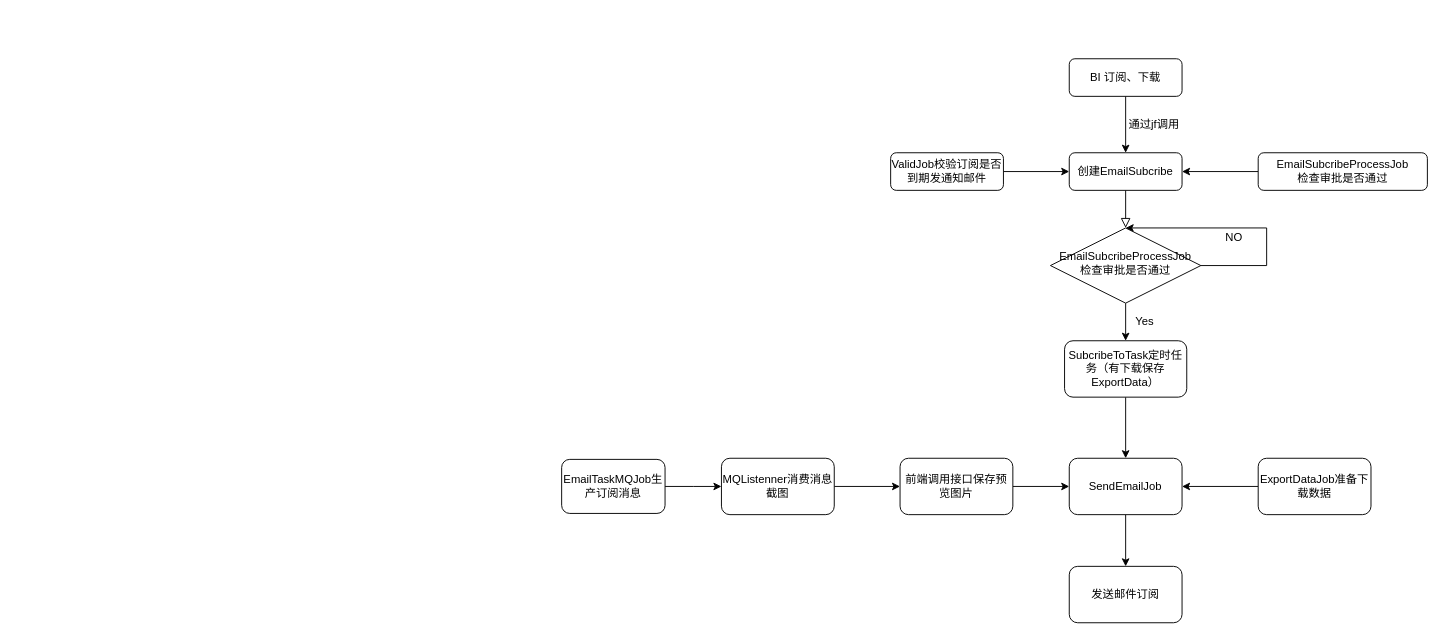
This is com/cd/Untitled Diagram.drawio from xuedongfeng/oneTest, a draw.io file, before an edit. Source tidied: cells renumbered, new cells numbered last; positions are measured from the earlier drawing's top-left corner, leaving out a move shared by most shapes. Both pictures are drawn from the tidied source at 94%, with x=0, y=0 at pixel (561, 58).
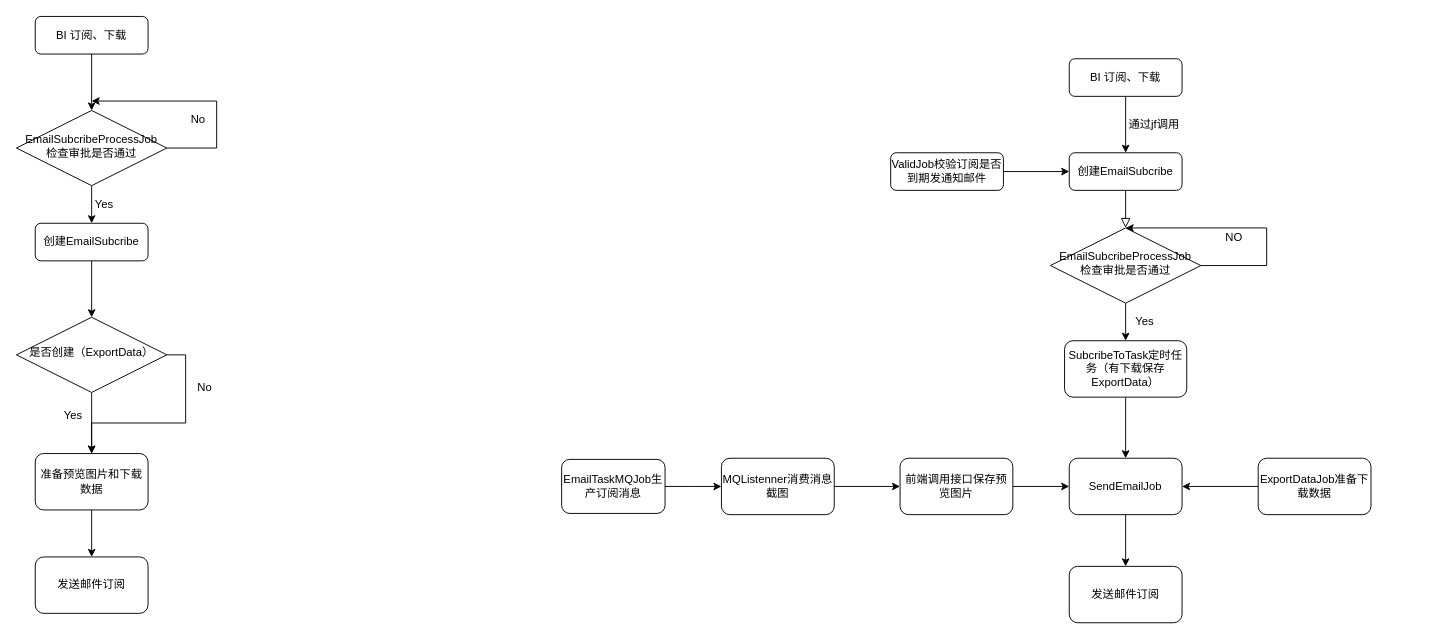
The same diagram, later.

Unchanged cells that the change refers to:
```xml
<mxCell id="3" value="创建EmailSubcribe" style="rounded=1;whiteSpace=wrap;html=1;fontSize=12;glass=0;strokeWidth=1;shadow=0;" parent="1" vertex="1">
  <mxGeometry x="540" y="100" width="120" height="40" as="geometry" />
</mxCell>
```

The edit, as a diff of the source:
```diff
@@
-    <mxCell id="11" style="edgeStyle=orthogonalEdgeStyle;rounded=0;jettySize=auto;html=1;entryX=1;entryY=0.5;entryDx=0;entryDy=0;" parent="1" edge="1" source="12" target="3">
-      <mxGeometry relative="1" as="geometry" />
-    </mxCell>
-    <mxCell id="12" value="EmailSubcribeProcessJob&lt;br&gt;检查审批是否通过" style="rounded=1;whiteSpace=wrap;html=1;fontSize=12;glass=0;strokeWidth=1;shadow=0;" parent="1" vertex="1">
-      <mxGeometry x="741" y="100" width="180" height="40" as="geometry" />
-    </mxCell>
@@
+    <mxCell id="29" style="edgeStyle=orthogonalEdgeStyle;rounded=0;jettySize=auto;html=1;exitX=0.5;exitY=1;exitDx=0;exitDy=0;" parent="1" edge="1" source="30" target="12">
+      <mxGeometry relative="1" as="geometry" />
+    </mxCell>
+    <mxCell id="30" value="BI 订阅、下载" style="rounded=1;whiteSpace=wrap;html=1;fontSize=12;glass=0;strokeWidth=1;shadow=0;" parent="1" vertex="1">
+      <mxGeometry x="-560" y="-45" width="120" height="40" as="geometry" />
+    </mxCell>
+    <mxCell id="31" style="edgeStyle=orthogonalEdgeStyle;rounded=0;jettySize=auto;html=1;exitX=0.5;exitY=1;exitDx=0;exitDy=0;entryX=0.5;entryY=0;entryDx=0;entryDy=0;" parent="1" edge="1" source="32" target="37">
+      <mxGeometry relative="1" as="geometry" />
+    </mxCell>
+    <mxCell id="32" value="创建EmailSubcribe" style="rounded=1;whiteSpace=wrap;html=1;fontSize=12;glass=0;strokeWidth=1;shadow=0;" parent="1" vertex="1">
+      <mxGeometry x="-560" y="175" width="120" height="40" as="geometry" />
+    </mxCell>
+    <mxCell id="33" style="edgeStyle=orthogonalEdgeStyle;rounded=0;jettySize=auto;html=1;exitX=0.5;exitY=1;exitDx=0;exitDy=0;entryX=0.5;entryY=0;entryDx=0;entryDy=0;" parent="1" edge="1" source="12" target="32">
+      <mxGeometry relative="1" as="geometry" />
+    </mxCell>
+    <mxCell id="34" style="edgeStyle=orthogonalEdgeStyle;rounded=0;jettySize=auto;html=1;exitX=1;exitY=0.5;exitDx=0;exitDy=0;" parent="1" edge="1" source="12">
+      <mxGeometry relative="1" as="geometry">
+        <mxPoint x="-500" y="45" as="targetPoint" />
+        <Array as="points">
+          <mxPoint x="-367" y="95" />
+          <mxPoint x="-367" y="45" />
+        </Array>
+      </mxGeometry>
+    </mxCell>
+    <mxCell id="12" value="EmailSubcribeProcessJob&lt;br&gt;检查审批是否通过" style="rhombus;whiteSpace=wrap;html=1;shadow=0;fontFamily=Helvetica;fontSize=12;align=center;strokeWidth=1;spacing=6;spacingTop=-4;" parent="1" vertex="1">
+      <mxGeometry x="-580" y="55" width="160" height="80" as="geometry" />
+    </mxCell>
+    <mxCell id="35" style="edgeStyle=orthogonalEdgeStyle;rounded=0;jettySize=auto;html=1;entryX=0.5;entryY=0;entryDx=0;entryDy=0;" parent="1" edge="1" source="37" target="39">
+      <mxGeometry relative="1" as="geometry" />
+    </mxCell>
+    <mxCell id="36" style="edgeStyle=orthogonalEdgeStyle;rounded=0;jettySize=auto;html=1;exitX=1;exitY=0.5;exitDx=0;exitDy=0;entryX=0.5;entryY=0;entryDx=0;entryDy=0;" parent="1" edge="1" source="37" target="39">
+      <mxGeometry relative="1" as="geometry" />
+    </mxCell>
+    <mxCell id="37" value="是否创建（ExportData）" style="rhombus;whiteSpace=wrap;html=1;shadow=0;fontFamily=Helvetica;fontSize=12;align=center;strokeWidth=1;spacing=6;spacingTop=-4;" parent="1" vertex="1">
+      <mxGeometry x="-580" y="275" width="160" height="80" as="geometry" />
+    </mxCell>
+    <mxCell id="38" style="edgeStyle=orthogonalEdgeStyle;rounded=0;jettySize=auto;html=1;entryX=0.5;entryY=0;entryDx=0;entryDy=0;" parent="1" edge="1" source="39" target="40">
+      <mxGeometry relative="1" as="geometry" />
+    </mxCell>
+    <mxCell id="39" value="准备预览图片和下载数据" style="rounded=1;whiteSpace=wrap;html=1;" parent="1" vertex="1">
+      <mxGeometry x="-560" y="420" width="120" height="60" as="geometry" />
+    </mxCell>
+    <mxCell id="40" value="发送邮件订阅" style="rounded=1;whiteSpace=wrap;html=1;" parent="1" vertex="1">
+      <mxGeometry x="-560" y="530" width="120" height="60" as="geometry" />
+    </mxCell>
+    <mxCell id="41" value="Yes" style="text;html=1;align=center;verticalAlign=middle;strokeColor=none;" parent="1" vertex="1">
+      <mxGeometry x="-502" y="145" width="30" height="20" as="geometry" />
+    </mxCell>
+    <mxCell id="42" value="No" style="text;html=1;align=center;verticalAlign=middle;strokeColor=none;" parent="1" vertex="1">
+      <mxGeometry x="-402" y="55" width="30" height="20" as="geometry" />
+    </mxCell>
+    <mxCell id="43" value="Yes" style="text;html=1;align=center;verticalAlign=middle;strokeColor=none;" parent="1" vertex="1">
+      <mxGeometry x="-535" y="370" width="30" height="20" as="geometry" />
+    </mxCell>
+    <mxCell id="44" value="No" style="text;html=1;align=center;verticalAlign=middle;strokeColor=none;" parent="1" vertex="1">
+      <mxGeometry x="-395" y="340" width="30" height="20" as="geometry" />
+    </mxCell>
```
